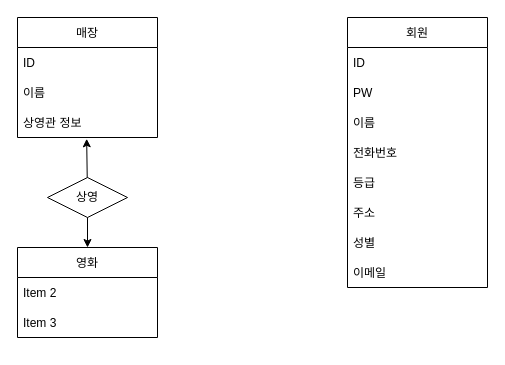
chacha0707/db keeps this draw.io diagram as Untitled Diagram.drawio. Above is the earlier version. Source tidied: cells renumbered, new cells numbered last; positions are measured from the earlier drawing's top-left corner, leaving out a move shared by most shapes. Both pictures are drawn from the tidied source at 100%, with x=0, y=0 at pixel (17, 17).
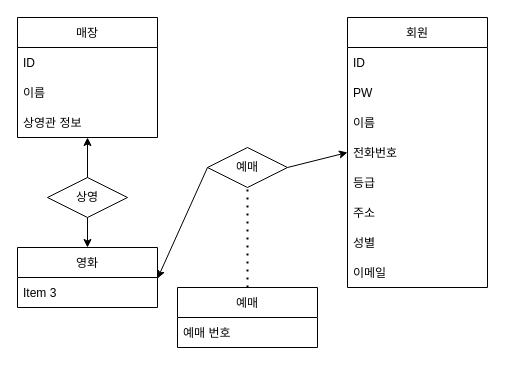
After the change.

Unchanged cells that the change refers to:
```xml
<mxCell id="6" value="전화번호" style="text;strokeColor=none;fillColor=none;align=left;verticalAlign=middle;spacingLeft=4;spacingRight=4;overflow=hidden;points=[[0,0.5],[1,0.5]];portConstraint=eastwest;" parent="2" vertex="1">
  <mxGeometry y="120" width="140" height="30" as="geometry" />
</mxCell>
<mxCell id="14" value="상영관 정보" style="text;strokeColor=none;fillColor=none;align=left;verticalAlign=middle;spacingLeft=4;spacingRight=4;overflow=hidden;points=[[0,0.5],[1,0.5]];portConstraint=eastwest;" parent="11" vertex="1">
  <mxGeometry y="90" width="140" height="30" as="geometry" />
</mxCell>
<mxCell id="15" value="상영" style="rhombus;whiteSpace=wrap;html=1;" parent="1" vertex="1">
  <mxGeometry x="30" y="160" width="80" height="40" as="geometry" />
</mxCell>
```

Diff of the diagram source:
```diff
@@
-    <mxCell id="16" style="endArrow=classic;html=1;rounded=0;entryX=0.494;entryY=1.043;entryDx=0;entryDy=0;entryPerimeter=0;" parent="1" edge="1" source="15" target="14">
-      <mxGeometry relative="1" as="geometry" />
+    <mxCell id="16" style="endArrow=classic;html=1;rounded=0;" parent="1" edge="1" source="15">
+      <mxGeometry relative="1" as="geometry">
+        <mxPoint x="70" y="120" as="targetPoint" />
+      </mxGeometry>
     </mxCell>
     <mxCell id="17" value="영화" style="swimlane;fontStyle=0;horizontal=1;startSize=30;" parent="1" vertex="1">
-      <mxGeometry y="230" width="140" height="90" as="geometry" />
+      <mxGeometry y="230" width="140" height="60" as="geometry" />
     </mxCell>
-    <mxCell id="18" value="Item 2" style="text;strokeColor=none;fillColor=none;align=left;verticalAlign=middle;spacingLeft=4;spacingRight=4;overflow=hidden;" parent="17" vertex="1">
-      <mxGeometry y="30" width="140" height="30" as="geometry" />
-    </mxCell>
     <mxCell id="19" value="Item 3" style="text;strokeColor=none;fillColor=none;align=left;verticalAlign=middle;spacingLeft=4;spacingRight=4;overflow=hidden;points=[[0,0.5],[1,0.5]];portConstraint=eastwest;" parent="17" vertex="1">
-      <mxGeometry y="60" width="140" height="30" as="geometry" />
+      <mxGeometry y="30" width="140" height="30" as="geometry" />
     </mxCell>
@@
+    <mxCell id="21" value="예매" style="rhombus;whiteSpace=wrap;html=1;" parent="1" vertex="1">
+      <mxGeometry x="190" y="130" width="80" height="40" as="geometry" />
+    </mxCell>
+    <mxCell id="22" style="endArrow=classic;html=1;rounded=0;entryX=0;entryY=0.5;entryDx=0;entryDy=0;exitX=1;exitY=0.5;exitDx=0;exitDy=0;" parent="1" edge="1" source="21" target="6">
+      <mxGeometry relative="1" as="geometry" />
+    </mxCell>
+    <mxCell id="23" style="endArrow=classic;html=1;rounded=0;exitX=0;exitY=0.5;exitDx=0;exitDy=0;entryX=1;entryY=0.033;entryDx=0;entryDy=0;entryPerimeter=0;" parent="1" edge="1" source="21" target="19">
+      <mxGeometry relative="1" as="geometry" />
+    </mxCell>
+    <mxCell id="24" value="예매" style="swimlane;fontStyle=0;horizontal=1;startSize=30;" parent="1" vertex="1">
+      <mxGeometry x="160" y="270" width="140" height="60" as="geometry" />
+    </mxCell>
+    <mxCell id="25" value="예매 번호" style="text;strokeColor=none;fillColor=none;align=left;verticalAlign=middle;spacingLeft=4;spacingRight=4;overflow=hidden;" parent="24" vertex="1">
+      <mxGeometry y="30" width="140" height="30" as="geometry" />
+    </mxCell>
+    <mxCell id="26" style="endArrow=none;dashed=1;html=1;dashPattern=1 3;strokeWidth=2;rounded=0;entryX=0.5;entryY=1;entryDx=0;entryDy=0;exitX=0.5;exitY=0;exitDx=0;exitDy=0;" parent="1" edge="1" source="24" target="21">
+      <mxGeometry relative="1" as="geometry" />
+    </mxCell>
```
